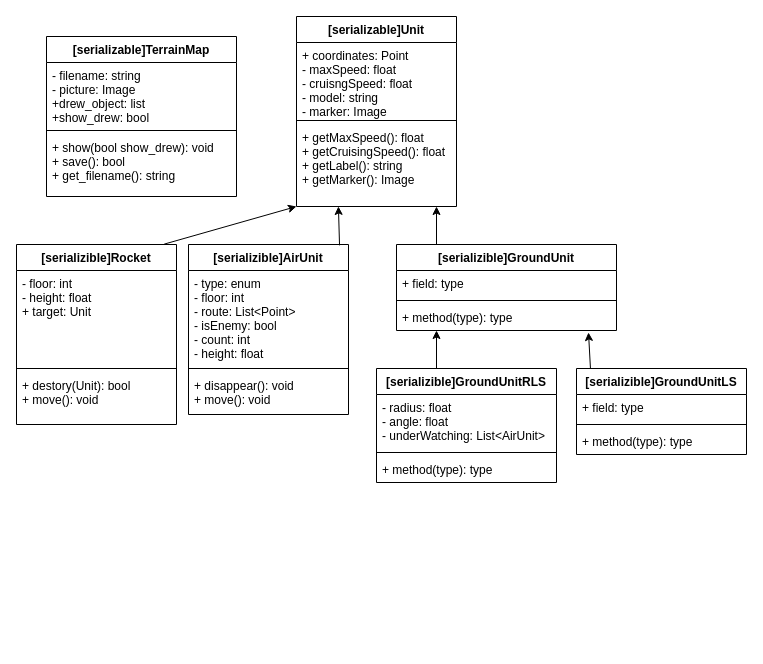
The draw.io diagram page "DataStructures" (4 of 5) of Untitled Diagram (2).drawio in Vladislav-Zhokhov/Common, before the edit. Source tidied: cells renumbered, new cells numbered last; positions are measured from the earlier drawing's top-left corner, leaving out a move shared by most shapes. Both pictures are drawn from the tidied source at 100%, with x=0, y=0 at pixel (16, 16).
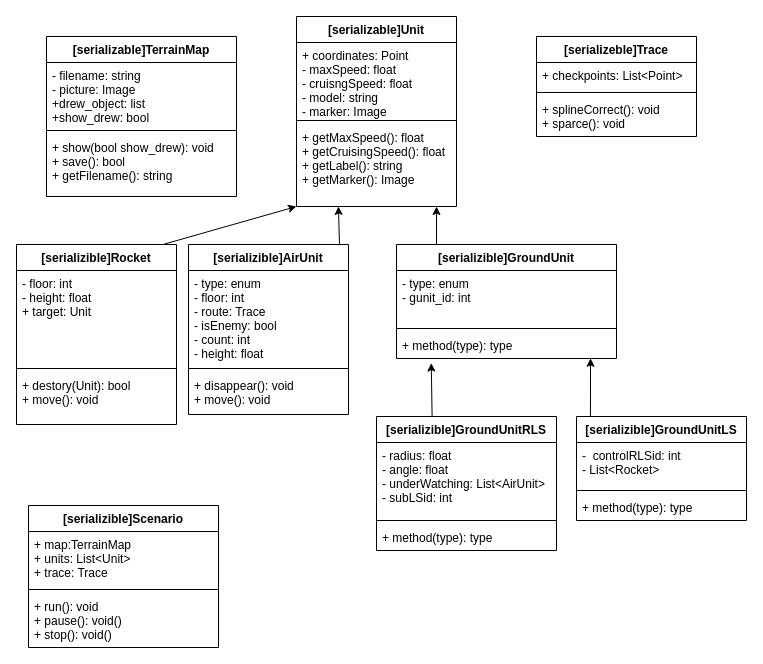
Above is the later version.

Unchanged cells that the change refers to:
```xml
<mxCell id="2" value="[serializable]TerrainMap" style="swimlane;fontStyle=1;align=center;verticalAlign=top;horizontal=1;startSize=26;" parent="1" vertex="1">
  <mxGeometry x="30" y="20" width="190" height="160" as="geometry" />
</mxCell>
<mxCell id="10" value="[serializible]AirUnit" style="swimlane;fontStyle=1;align=center;verticalAlign=top;horizontal=1;startSize=26;" parent="1" vertex="1">
  <mxGeometry x="172" y="228" width="160" height="170" as="geometry" />
</mxCell>
```

Diff of the diagram source:
```diff
@@
-    <mxCell id="5" value="+ show(bool show_drew): void&#10;+ save(): bool&#10;+ get_filename(): string" style="text;strokeColor=none;fillColor=none;align=left;verticalAlign=top;spacingLeft=4;spacingRight=4;overflow=hidden;" parent="2" vertex="1">
+    <mxCell id="5" value="+ show(bool show_drew): void&#10;+ save(): bool&#10;+ getFilename(): string" style="text;strokeColor=none;fillColor=none;align=left;verticalAlign=top;spacingLeft=4;spacingRight=4;overflow=hidden;" parent="2" vertex="1">
       <mxGeometry y="98" width="190" height="62" as="geometry" />
     </mxCell>
@@
-    <mxCell id="11" value="- type: enum&#10;- floor: int&#10;- route: List&lt;Point&gt;&#10;- isEnemy: bool&#10;- count: int&#10;- height: float&#10;" style="text;strokeColor=none;fillColor=none;align=left;verticalAlign=top;spacingLeft=4;spacingRight=4;overflow=hidden;" parent="10" vertex="1">
+    <mxCell id="11" value="- type: enum&#10;- floor: int&#10;- route: Trace&#10;- isEnemy: bool&#10;- count: int&#10;- height: float&#10;" style="text;strokeColor=none;fillColor=none;align=left;verticalAlign=top;spacingLeft=4;spacingRight=4;overflow=hidden;" parent="10" vertex="1">
       <mxGeometry y="26" width="160" height="94" as="geometry" />
     </mxCell>
@@
     <mxCell id="14" value="[serializible]GroundUnit" style="swimlane;fontStyle=1;align=center;verticalAlign=top;horizontal=1;startSize=26;" parent="1" vertex="1">
-      <mxGeometry x="380" y="228" width="220" height="86" as="geometry" />
+      <mxGeometry x="380" y="228" width="220" height="114" as="geometry" />
     </mxCell>
-    <mxCell id="15" value="+ field: type" style="text;strokeColor=none;fillColor=none;align=left;verticalAlign=top;spacingLeft=4;spacingRight=4;overflow=hidden;" parent="14" vertex="1">
-      <mxGeometry y="26" width="220" height="26" as="geometry" />
+    <mxCell id="15" value="- type: enum&#10;- gunit_id: int" style="text;strokeColor=none;fillColor=none;align=left;verticalAlign=top;spacingLeft=4;spacingRight=4;overflow=hidden;" parent="14" vertex="1">
+      <mxGeometry y="26" width="220" height="54" as="geometry" />
     </mxCell>
     <mxCell id="16" style="line;strokeWidth=1;fillColor=none;align=left;verticalAlign=middle;spacingTop=-1;spacingLeft=3;spacingRight=3;labelPosition=right;" parent="14" vertex="1">
-      <mxGeometry y="52" width="220" height="8" as="geometry" />
+      <mxGeometry y="80" width="220" height="8" as="geometry" />
     </mxCell>
     <mxCell id="17" value="+ method(type): type" style="text;strokeColor=none;fillColor=none;align=left;verticalAlign=top;spacingLeft=4;spacingRight=4;overflow=hidden;points=[[0,0.5],[1,0.5]];portConstraint=eastwest;" parent="14" vertex="1">
-      <mxGeometry y="60" width="220" height="26" as="geometry" />
+      <mxGeometry y="88" width="220" height="26" as="geometry" />
     </mxCell>
@@
-    <mxCell id="20" value="[serializible]GroundUnitRLS" style="swimlane;fontStyle=1;align=center;verticalAlign=top;horizontal=1;startSize=26;" parent="1" vertex="1">
-      <mxGeometry x="360" y="352" width="180" height="114" as="geometry" />
-    </mxCell>
-    <mxCell id="21" value="- radius: float&#10;- angle: float&#10;- underWatching: List&lt;AirUnit&gt;" style="text;strokeColor=none;fillColor=none;align=left;verticalAlign=top;spacingLeft=4;spacingRight=4;overflow=hidden;" parent="20" vertex="1">
-      <mxGeometry y="26" width="180" height="54" as="geometry" />
-    </mxCell>
-    <mxCell id="22" style="line;strokeWidth=1;fillColor=none;align=left;verticalAlign=middle;spacingTop=-1;spacingLeft=3;spacingRight=3;labelPosition=right;" parent="20" vertex="1">
-      <mxGeometry y="80" width="180" height="8" as="geometry" />
-    </mxCell>
-    <mxCell id="23" value="+ method(type): type" style="text;strokeColor=none;fillColor=none;align=left;verticalAlign=top;spacingLeft=4;spacingRight=4;overflow=hidden;" parent="20" vertex="1">
-      <mxGeometry y="88" width="180" height="26" as="geometry" />
-    </mxCell>
-    <mxCell id="24" style="endArrow=classic;html=1;exitX=0.75;exitY=0;exitDx=0;exitDy=0;" parent="1" edge="1">
-      <mxGeometry relative="1" as="geometry">
-        <mxPoint x="420" y="352" as="sourcePoint" />
-        <mxPoint x="420" y="314" as="targetPoint" />
-      </mxGeometry>
+    <mxCell id="24" style="endArrow=classic;html=1;exitX=0.309;exitY=0.002;exitDx=0;exitDy=0;exitPerimeter=0;entryX=0.158;entryY=1.177;entryDx=0;entryDy=0;entryPerimeter=0;" parent="1" edge="1" source="20" target="17">
+      <mxGeometry relative="1" as="geometry" />
     </mxCell>
-    <mxCell id="25" value="[serializible]GroundUnitLS" style="swimlane;fontStyle=1;align=center;verticalAlign=top;horizontal=1;startSize=26;" parent="1" vertex="1">
-      <mxGeometry x="560" y="352" width="170" height="86" as="geometry" />
-    </mxCell>
-    <mxCell id="26" value="+ field: type" style="text;strokeColor=none;fillColor=none;align=left;verticalAlign=top;spacingLeft=4;spacingRight=4;overflow=hidden;" parent="25" vertex="1">
-      <mxGeometry y="26" width="170" height="26" as="geometry" />
-    </mxCell>
-    <mxCell id="27" style="line;strokeWidth=1;fillColor=none;align=left;verticalAlign=middle;spacingTop=-1;spacingLeft=3;spacingRight=3;labelPosition=right;" parent="25" vertex="1">
-      <mxGeometry y="52" width="170" height="8" as="geometry" />
-    </mxCell>
-    <mxCell id="28" value="+ method(type): type" style="text;strokeColor=none;fillColor=none;align=left;verticalAlign=top;spacingLeft=4;spacingRight=4;overflow=hidden;" parent="25" vertex="1">
-      <mxGeometry y="60" width="170" height="26" as="geometry" />
-    </mxCell>
-    <mxCell id="29" style="endArrow=classic;html=1;exitX=0.082;exitY=-0.004;exitDx=0;exitDy=0;exitPerimeter=0;" parent="1" edge="1" source="25">
-      <mxGeometry relative="1" as="geometry">
-        <mxPoint x="572" y="316" as="targetPoint" />
-      </mxGeometry>
+    <mxCell id="29" style="endArrow=classic;html=1;exitX=0.082;exitY=-0.004;exitDx=0;exitDy=0;exitPerimeter=0;entryX=0.882;entryY=0.992;entryDx=0;entryDy=0;entryPerimeter=0;" parent="1" edge="1" source="25" target="17">
+      <mxGeometry relative="1" as="geometry" />
     </mxCell>
@@
+    <mxCell id="20" value="[serializible]GroundUnitRLS" style="swimlane;fontStyle=1;align=center;verticalAlign=top;horizontal=1;startSize=26;" parent="1" vertex="1">
+      <mxGeometry x="360" y="400" width="180" height="134" as="geometry" />
+    </mxCell>
+    <mxCell id="21" value="- radius: float&#10;- angle: float&#10;- underWatching: List&lt;AirUnit&gt;&#10;- subLSid: int" style="text;strokeColor=none;fillColor=none;align=left;verticalAlign=top;spacingLeft=4;spacingRight=4;overflow=hidden;" parent="20" vertex="1">
+      <mxGeometry y="26" width="180" height="74" as="geometry" />
+    </mxCell>
+    <mxCell id="22" style="line;strokeWidth=1;fillColor=none;align=left;verticalAlign=middle;spacingTop=-1;spacingLeft=3;spacingRight=3;labelPosition=right;" parent="20" vertex="1">
+      <mxGeometry y="100" width="180" height="8" as="geometry" />
+    </mxCell>
+    <mxCell id="23" value="+ method(type): type" style="text;strokeColor=none;fillColor=none;align=left;verticalAlign=top;spacingLeft=4;spacingRight=4;overflow=hidden;" parent="20" vertex="1">
+      <mxGeometry y="108" width="180" height="26" as="geometry" />
+    </mxCell>
+    <mxCell id="25" value="[serializible]GroundUnitLS" style="swimlane;fontStyle=1;align=center;verticalAlign=top;horizontal=1;startSize=26;" parent="1" vertex="1">
+      <mxGeometry x="560" y="400" width="170" height="104" as="geometry" />
+    </mxCell>
+    <mxCell id="26" value="-  controlRLSid: int&#10;- List&lt;Rocket&gt;&#10;" style="text;strokeColor=none;fillColor=none;align=left;verticalAlign=top;spacingLeft=4;spacingRight=4;overflow=hidden;" parent="25" vertex="1">
+      <mxGeometry y="26" width="170" height="44" as="geometry" />
+    </mxCell>
+    <mxCell id="27" style="line;strokeWidth=1;fillColor=none;align=left;verticalAlign=middle;spacingTop=-1;spacingLeft=3;spacingRight=3;labelPosition=right;" parent="25" vertex="1">
+      <mxGeometry y="70" width="170" height="8" as="geometry" />
+    </mxCell>
+    <mxCell id="28" value="+ method(type): type" style="text;strokeColor=none;fillColor=none;align=left;verticalAlign=top;spacingLeft=4;spacingRight=4;overflow=hidden;" parent="25" vertex="1">
+      <mxGeometry y="78" width="170" height="26" as="geometry" />
+    </mxCell>
+    <mxCell id="35" value="[serializible]Scenario" style="swimlane;fontStyle=1;align=center;verticalAlign=top;horizontal=1;startSize=26;" parent="1" vertex="1">
+      <mxGeometry x="12" y="489" width="190" height="142" as="geometry" />
+    </mxCell>
+    <mxCell id="36" value="+ map:TerrainMap&#10;+ units: List&lt;Unit&gt;&#10;+ trace: Trace" style="text;strokeColor=none;fillColor=none;align=left;verticalAlign=top;spacingLeft=4;spacingRight=4;overflow=hidden;" parent="35" vertex="1">
+      <mxGeometry y="26" width="190" height="54" as="geometry" />
+    </mxCell>
+    <mxCell id="37" style="line;strokeWidth=1;fillColor=none;align=left;verticalAlign=middle;spacingTop=-1;spacingLeft=3;spacingRight=3;labelPosition=right;" parent="35" vertex="1">
+      <mxGeometry y="80" width="190" height="8" as="geometry" />
+    </mxCell>
+    <mxCell id="38" value="+ run(): void&#10;+ pause(): void()&#10;+ stop(): void()" style="text;strokeColor=none;fillColor=none;align=left;verticalAlign=top;spacingLeft=4;spacingRight=4;overflow=hidden;" parent="35" vertex="1">
+      <mxGeometry y="88" width="190" height="54" as="geometry" />
+    </mxCell>
+    <mxCell id="39" value="[serializeble]Trace" style="swimlane;fontStyle=1;align=center;verticalAlign=top;horizontal=1;startSize=26;" parent="1" vertex="1">
+      <mxGeometry x="520" y="20" width="160" height="100" as="geometry" />
+    </mxCell>
+    <mxCell id="40" value="+ checkpoints: List&lt;Point&gt;" style="text;strokeColor=none;fillColor=none;align=left;verticalAlign=top;spacingLeft=4;spacingRight=4;overflow=hidden;" parent="39" vertex="1">
+      <mxGeometry y="26" width="160" height="26" as="geometry" />
+    </mxCell>
+    <mxCell id="41" style="line;strokeWidth=1;fillColor=none;align=left;verticalAlign=middle;spacingTop=-1;spacingLeft=3;spacingRight=3;labelPosition=right;" parent="39" vertex="1">
+      <mxGeometry y="52" width="160" height="8" as="geometry" />
+    </mxCell>
+    <mxCell id="42" value="+ splineCorrect(): void&#10;+ sparce(): void" style="text;strokeColor=none;fillColor=none;align=left;verticalAlign=top;spacingLeft=4;spacingRight=4;overflow=hidden;" parent="39" vertex="1">
+      <mxGeometry y="60" width="160" height="40" as="geometry" />
+    </mxCell>
```
